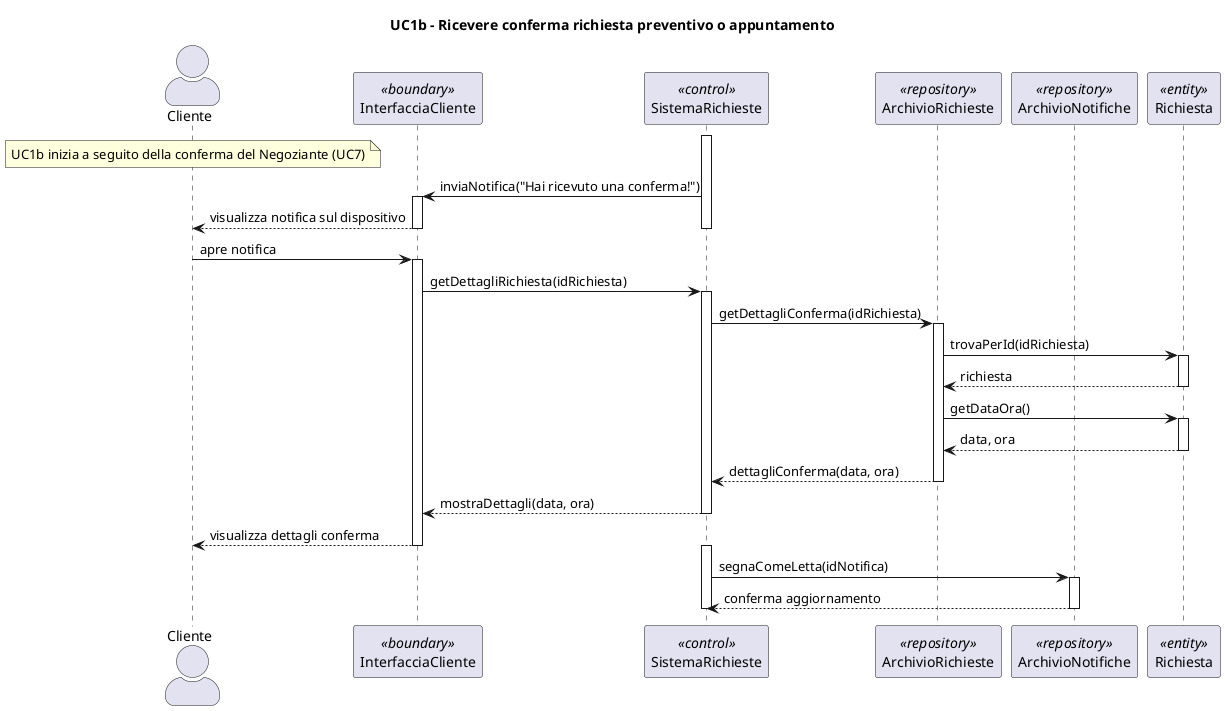
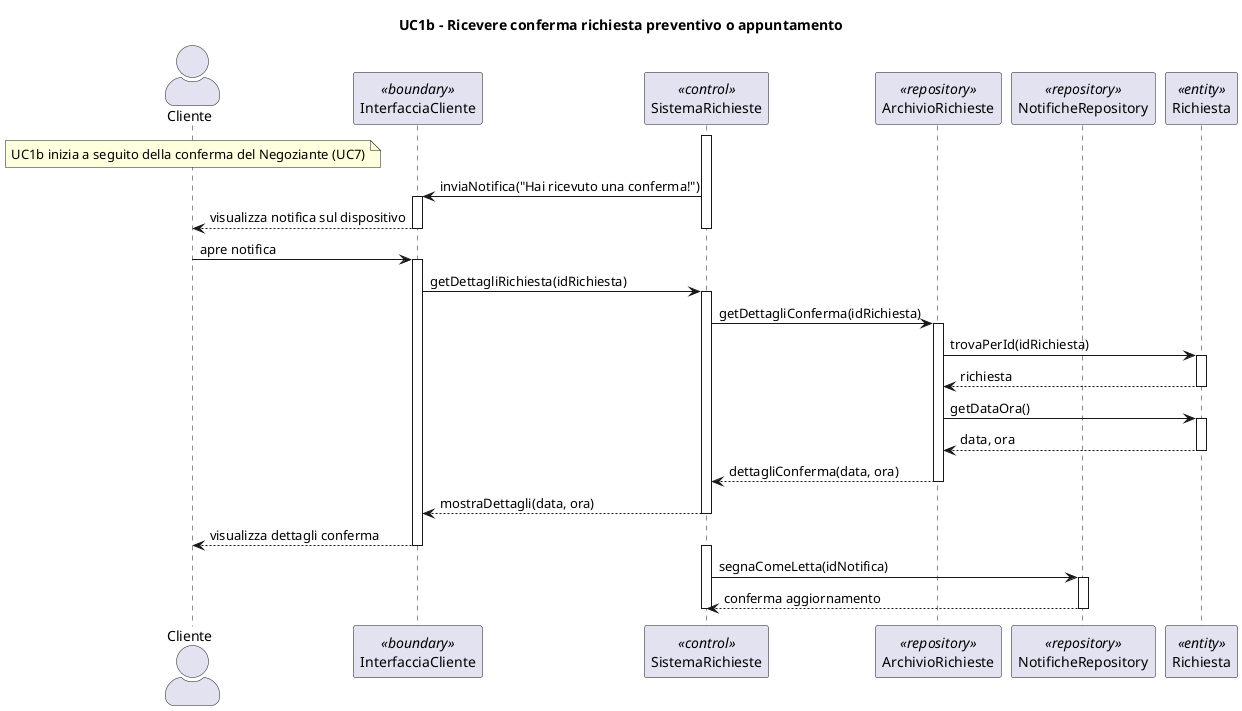
@startuml

skinparam actorStyle awesome

title UC1b - Ricevere conferma richiesta preventivo o appuntamento

actor Cliente
participant "InterfacciaCliente" as BoundaryCli <<boundary>>
participant "SistemaRichieste" as Control <<control>>
participant "ArchivioRichieste" as RepoRichiesta <<repository>>
- participant "ArchivioNotifiche" as RepoNotifica <<repository>>
+ participant "NotificheRepository" as RepoNotifica <<repository>>
participant "Richiesta" as Richiesta <<entity>>

note over Cliente : UC1b inizia a seguito della conferma del Negoziante (UC7)

activate Control
Control -> BoundaryCli : inviaNotifica("Hai ricevuto una conferma!")
activate BoundaryCli
BoundaryCli --> Cliente : visualizza notifica sul dispositivo
deactivate BoundaryCli
deactivate Control

Cliente -> BoundaryCli : apre notifica
activate BoundaryCli
BoundaryCli -> Control : getDettagliRichiesta(idRichiesta)
activate Control

Control -> RepoRichiesta : getDettagliConferma(idRichiesta)
activate RepoRichiesta

RepoRichiesta -> Richiesta : trovaPerId(idRichiesta)
activate Richiesta
Richiesta --> RepoRichiesta : richiesta
deactivate Richiesta

RepoRichiesta -> Richiesta : getDataOra()
activate Richiesta
Richiesta --> RepoRichiesta : data, ora
deactivate Richiesta

RepoRichiesta --> Control : dettagliConferma(data, ora)
deactivate RepoRichiesta

Control --> BoundaryCli : mostraDettagli(data, ora)
deactivate Control
BoundaryCli --> Cliente : visualizza dettagli conferma
deactivate BoundaryCli

activate Control
Control -> RepoNotifica : segnaComeLetta(idNotifica)
activate RepoNotifica
RepoNotifica --> Control : conferma aggiornamento
deactivate RepoNotifica
deactivate Control

@enduml